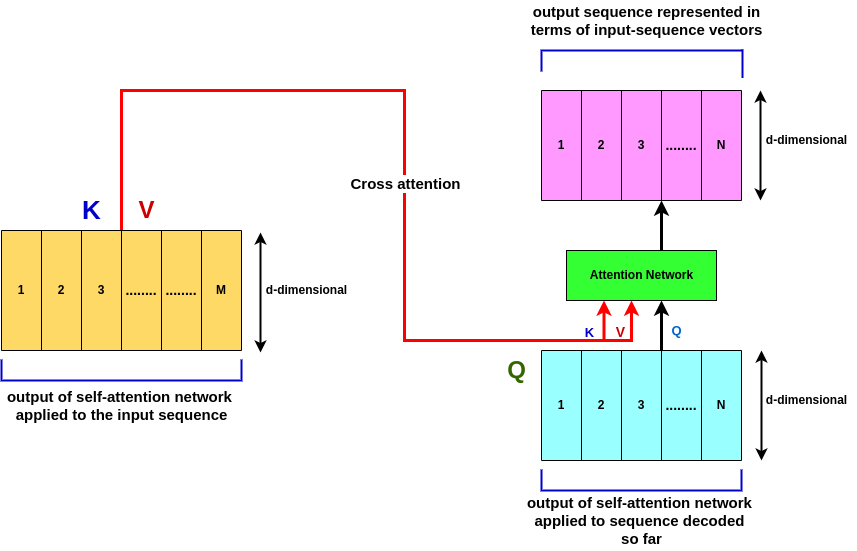
Earlier version of the draw.io export img/cross.png (shirinyamani/transformer-network). Source tidied: cells renumbered, new cells last; positions are measured from the earlier drawing's top-left corner, leaving out a move shared by most shapes.
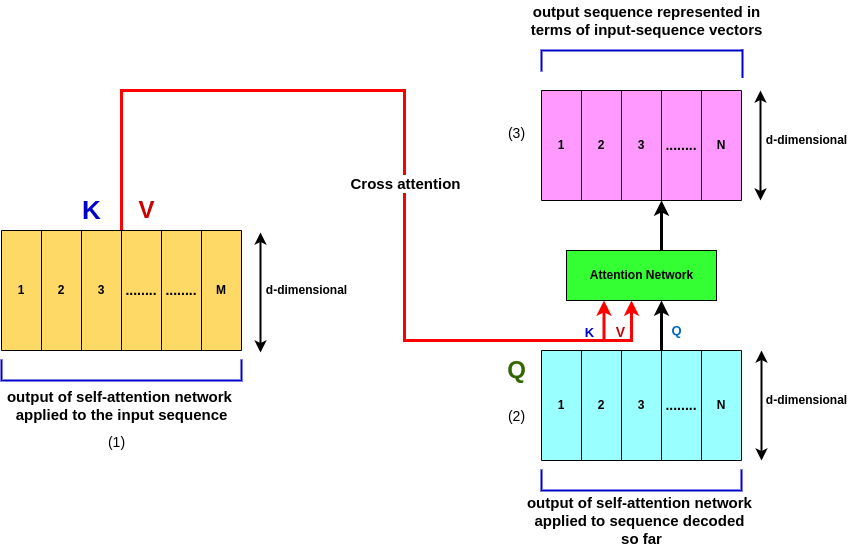
After the change.

Commit message:
cross attention

The edit, as a diff of the source:
```diff
@@ -171,5 +171,14 @@
         <mxPoint x="660" y="200" as="targetPoint" />
       </mxGeometry>
     </mxCell>
+    <mxCell id="50" value="&lt;font style=&quot;font-size: 14px&quot; color=&quot;#000000&quot;&gt;(1)&lt;/font&gt;" style="text;html=1;align=center;verticalAlign=middle;strokeColor=none;fillColor=none;fontSize=24;fontColor=#336600;" parent="1" vertex="1">
+      <mxGeometry x="100" y="419" width="30" height="40" as="geometry" />
+    </mxCell>
+    <mxCell id="51" value="&lt;font style=&quot;font-size: 14px&quot; color=&quot;#000000&quot;&gt;(2)&lt;/font&gt;" style="text;html=1;align=center;verticalAlign=middle;strokeColor=none;fillColor=none;fontSize=24;fontColor=#336600;" parent="1" vertex="1">
+      <mxGeometry x="500" y="393" width="30" height="40" as="geometry" />
+    </mxCell>
+    <mxCell id="52" value="&lt;font style=&quot;font-size: 14px&quot; color=&quot;#000000&quot;&gt;(3)&lt;/font&gt;" style="text;html=1;align=center;verticalAlign=middle;strokeColor=none;fillColor=none;fontSize=24;fontColor=#336600;" parent="1" vertex="1">
+      <mxGeometry x="500" y="110" width="30" height="40" as="geometry" />
+    </mxCell>
   </root>
 </mxGraphModel>
```
